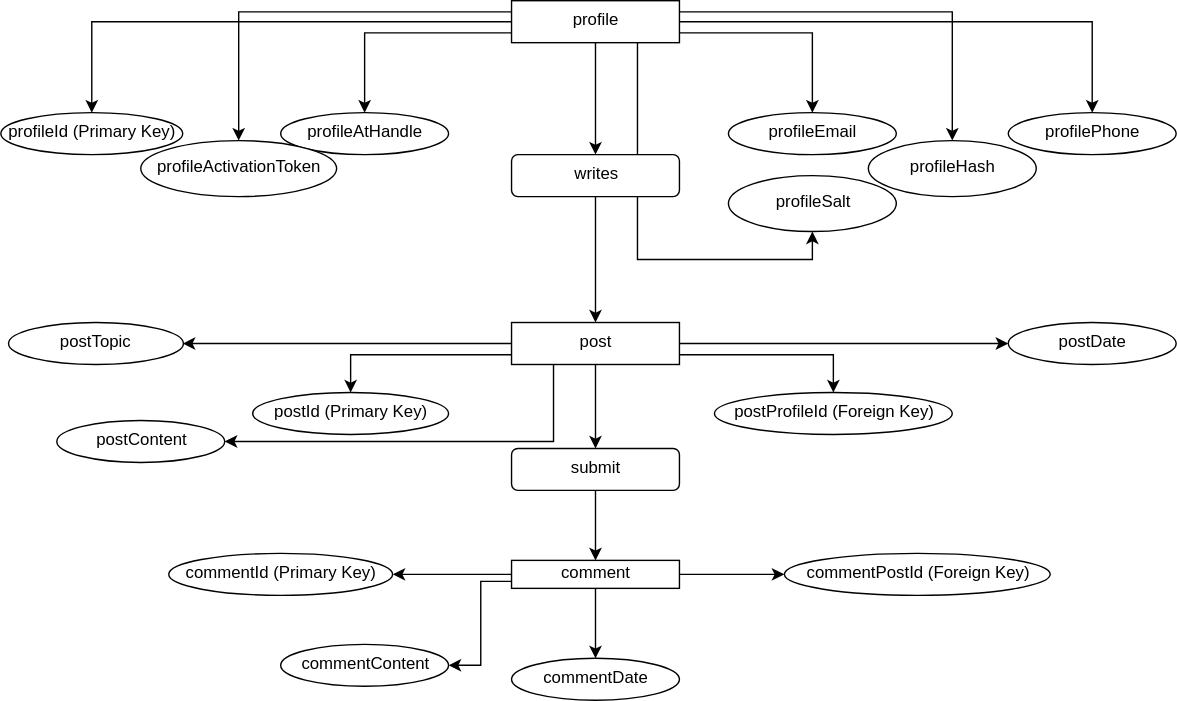
The draw.io diagram images/data-design-erd.svg in KDAtkins/data-design, before a commit. Source tidied: cells renumbered, new cells last; positions are measured from the earlier drawing's top-left corner, leaving out a move shared by most shapes.
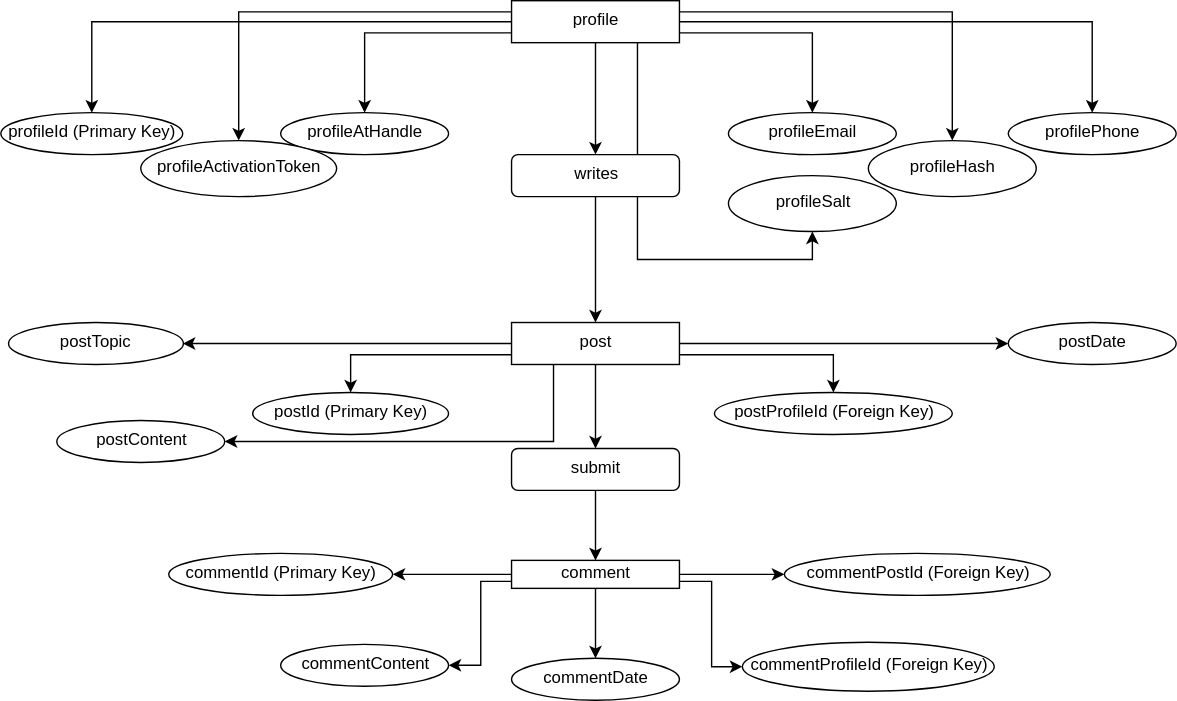
After the commit.

Commit message:
added foreign key to 'Comment' entity in ERD

The edit, as a diff of the source:
```diff
@@ -74,6 +74,9 @@
     <mxCell id="25" style="edgeStyle=orthogonalEdgeStyle;rounded=0;html=1;exitX=0;exitY=0.75;entryX=1;entryY=0.5;jettySize=auto;" parent="1" edge="1" source="26" target="40">
       <mxGeometry relative="1" as="geometry" />
     </mxCell>
+    <mxCell id="44" style="edgeStyle=orthogonalEdgeStyle;rounded=0;html=1;exitX=1;exitY=0.75;entryX=0;entryY=0.5;jettySize=auto;" parent="1" edge="1" source="26" target="45">
+      <mxGeometry relative="1" as="geometry" />
+    </mxCell>
     <mxCell id="26" value="comment" style="rounded=0;whiteSpace=wrap;html=1;" parent="1" vertex="1">
       <mxGeometry x="365" y="400" width="120" height="20" as="geometry" />
     </mxCell>
@@ -128,5 +131,8 @@
     <mxCell id="43" value="profileSalt" style="ellipse;whiteSpace=wrap;html=1;" parent="1" vertex="1">
       <mxGeometry x="520" y="125" width="120" height="40" as="geometry" />
     </mxCell>
+    <mxCell id="45" value="commentProfileId (Foreign Key)" style="ellipse;whiteSpace=wrap;html=1;" parent="1" vertex="1">
+      <mxGeometry x="530" y="458" width="180" height="35" as="geometry" />
+    </mxCell>
   </root>
 </mxGraphModel>
```
